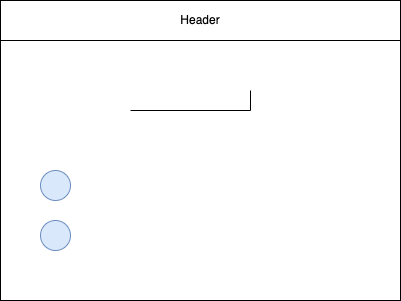
parsa-tahavori/ICS2O-UNIT5-2 keeps this draw.io diagram as design/story-board.png. Above is the earlier version. Source tidied: cells renumbered, new cells last; positions are measured from the earlier drawing's top-left corner, leaving out a move shared by most shapes.
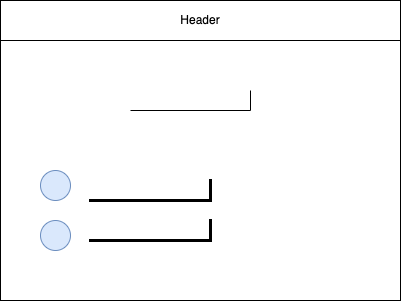
Above is the later version.

Diff of the diagram source:
```diff
@@ -17,5 +17,11 @@
     <mxCell id="6" style="ellipse;whiteSpace=wrap;html=1;fillColor=#dae8fc;strokeColor=#6c8ebf;" parent="1" vertex="1">
       <mxGeometry x="40" y="220" width="30" height="30" as="geometry" />
     </mxCell>
+    <mxCell id="7" style="shape=partialRectangle;whiteSpace=wrap;html=1;bottom=0;right=0;fillColor=none;strokeWidth=3;rotation=-180;" parent="1" vertex="1">
+      <mxGeometry x="90" y="180" width="120" height="20" as="geometry" />
+    </mxCell>
+    <mxCell id="8" style="shape=partialRectangle;whiteSpace=wrap;html=1;bottom=0;right=0;fillColor=none;strokeWidth=3;rotation=-180;" parent="1" vertex="1">
+      <mxGeometry x="90" y="220" width="120" height="20" as="geometry" />
+    </mxCell>
   </root>
 </mxGraphModel>
```
